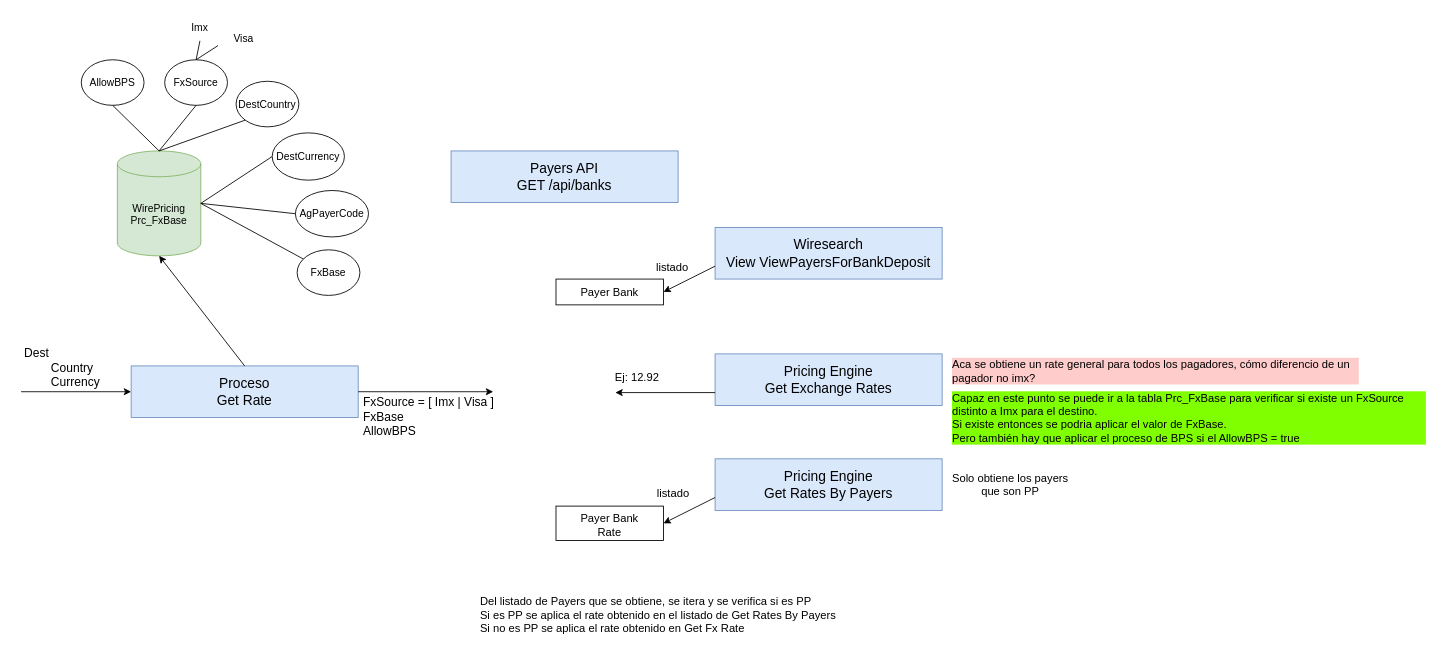
Before: page "Página-2" (2 of 2) of Pricing Engine.drawio in notariopablomarcelo/intermex, a draw.io diagram. Source tidied: cells renumbered, new cells numbered last; positions are measured from the earlier drawing's top-left corner, leaving out a move shared by most shapes. Both pictures are drawn from the tidied source at 86%, with x=0, y=0 at pixel (21, 15).
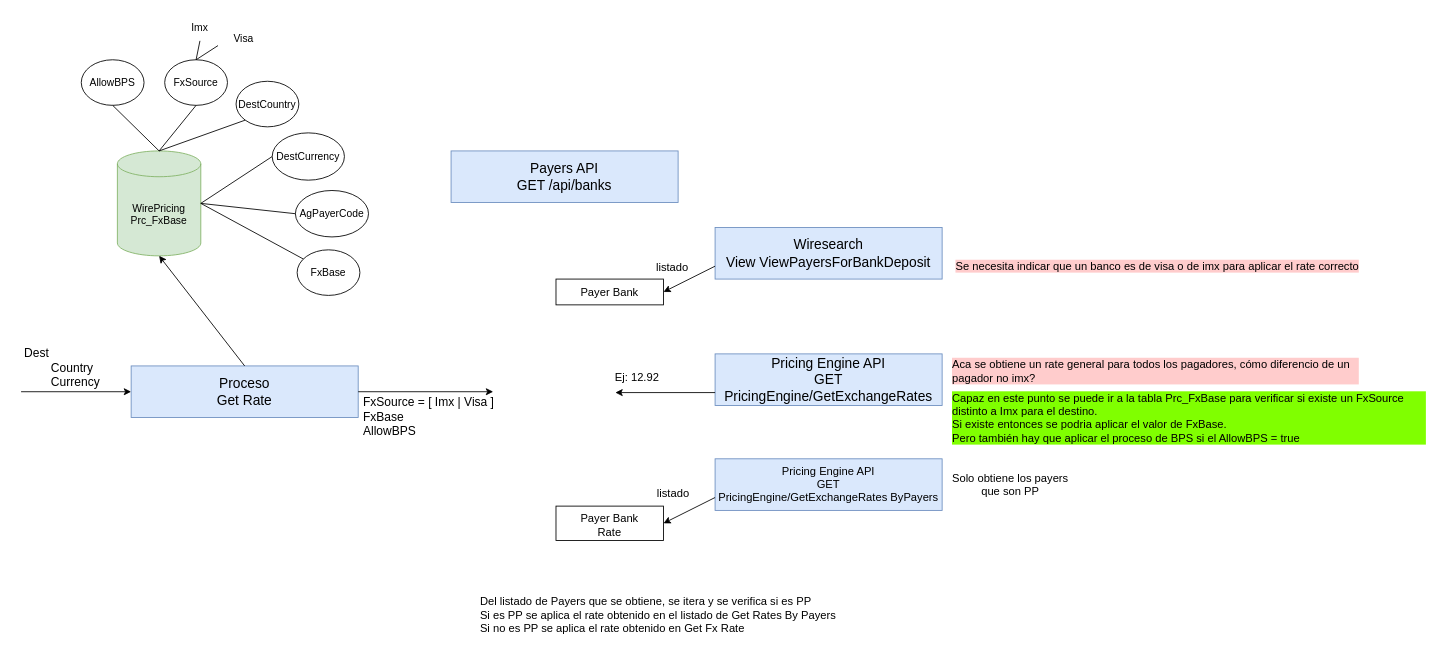
The same diagram, later.

What changed in the source:
```diff
@@
-    <mxCell id="7" value="Pricing Engine&lt;br&gt;Get Exchange Rates" style="rounded=0;whiteSpace=wrap;html=1;fontSize=16;fillColor=#dae8fc;strokeColor=#6c8ebf;" parent="1" vertex="1">
+    <mxCell id="7" value="Pricing Engine API&lt;br&gt;GET&lt;br&gt;PricingEngine/GetExchangeRates" style="rounded=0;whiteSpace=wrap;html=1;fontSize=16;fillColor=#dae8fc;strokeColor=#6c8ebf;" parent="1" vertex="1">
       <mxGeometry x="807" y="394" width="264" height="60" as="geometry" />
     </mxCell>
-    <mxCell id="8" value="Pricing Engine&lt;br&gt;Get Rates By Payers" style="rounded=0;whiteSpace=wrap;html=1;fontSize=16;fillColor=#dae8fc;strokeColor=#6c8ebf;" parent="1" vertex="1">
+    <mxCell id="8" value="Pricing Engine API&lt;br style=&quot;font-size: 13px;&quot;&gt;GET&lt;br style=&quot;font-size: 13px;&quot;&gt;PricingEngine/GetExchangeRates ByPayers" style="rounded=0;whiteSpace=wrap;html=1;fontSize=13;fillColor=#dae8fc;strokeColor=#6c8ebf;" parent="1" vertex="1">
       <mxGeometry x="807" y="516" width="264" height="60" as="geometry" />
     </mxCell>
@@
+    <mxCell id="42" value="Se necesita indicar que un banco es de visa o de imx para aplicar el rate correcto" style="text;html=1;strokeColor=none;fillColor=none;align=left;verticalAlign=middle;whiteSpace=wrap;rounded=0;fontSize=13;labelBackgroundColor=#FFCCCC;" parent="1" vertex="1">
+      <mxGeometry x="1085" y="277" width="475" height="30" as="geometry" />
+    </mxCell>
```
